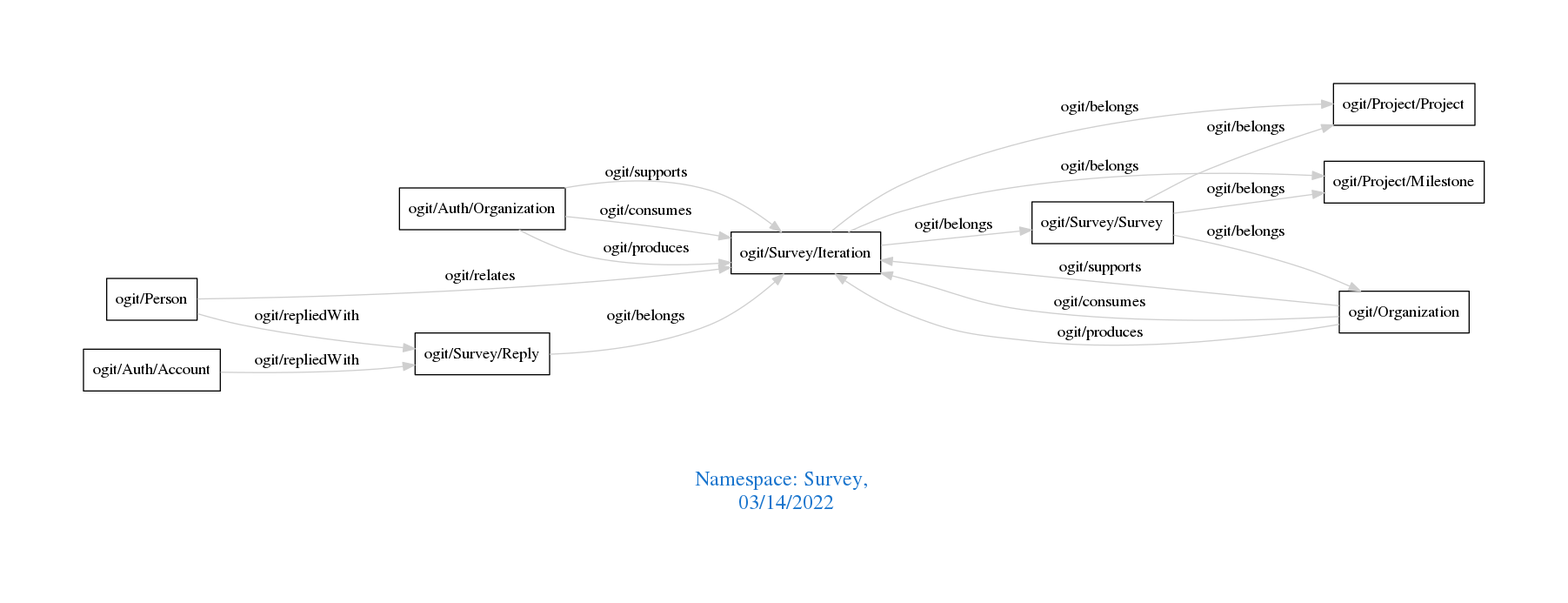
This is downloads/Survey.png from arago/OGIT, a Graphviz export, as it was before one commit. Its source is kept beside it as downloads/Survey.dot.
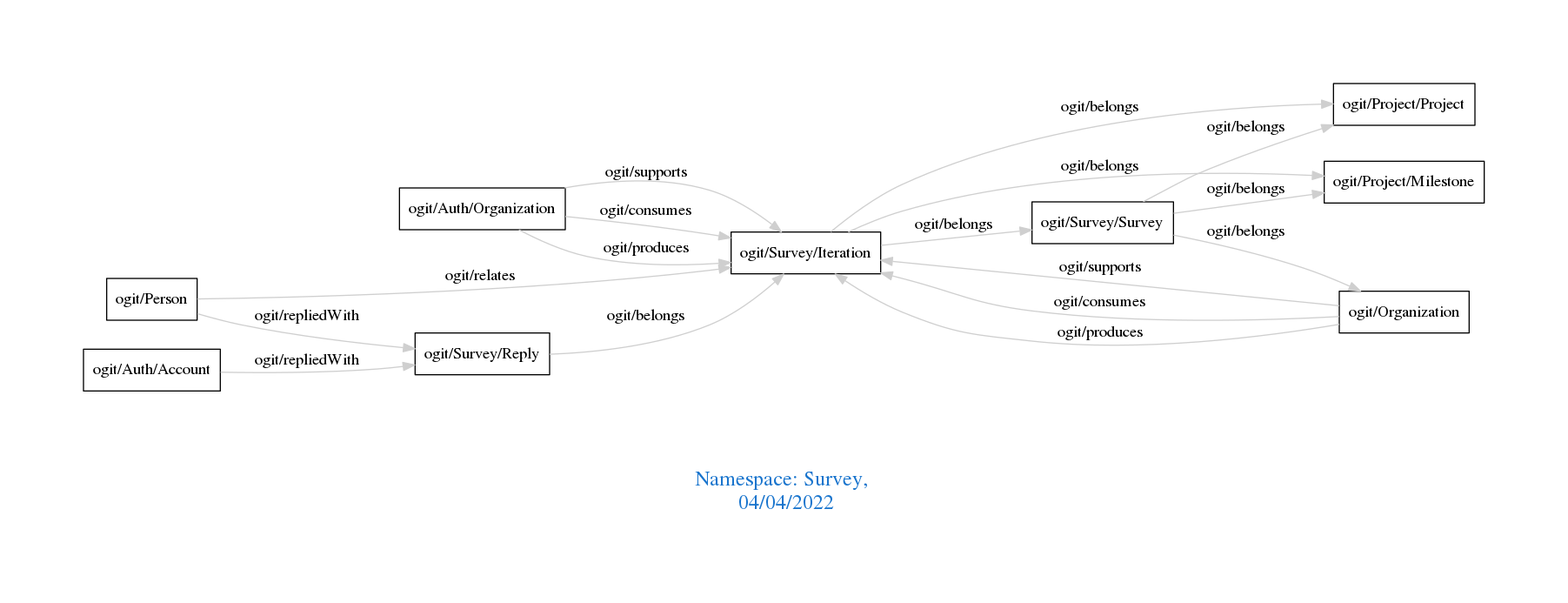
The same file after the commit.

Change to the diagram source:
```diff
@@ -1,7 +1,7 @@
 digraph OGIT_ontology {
  graph [ rankdir= LR,pad=1
 fontsize = 18,
-fontcolor= dodgerblue3,label = "\n\n\nNamespace: Survey, \n 03/14/2022"];
+fontcolor= dodgerblue3,label = "\n\n\nNamespace: Survey, \n 04/04/2022"];
 node[shape=polygon];
 edge [  color="gray81"];
 
```
